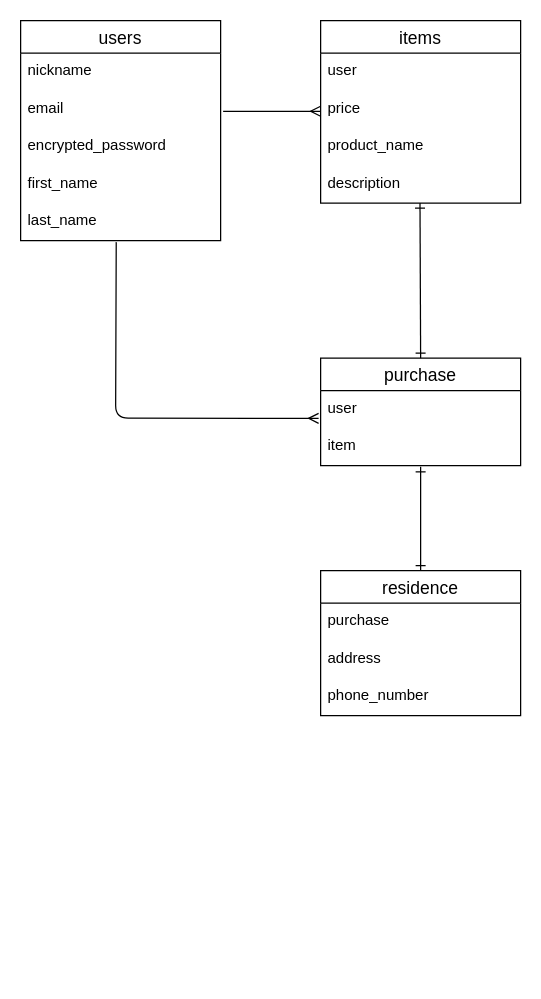
The draw.io diagram test.dio in HAYASHITAKUMI/furima-36110, before the edit. Source tidied: cells renumbered, new cells numbered last; positions are measured from the earlier drawing's top-left corner, leaving out a move shared by most shapes. Both pictures are drawn from the tidied source at 125%, with x=0, y=0 at pixel (20, 20).
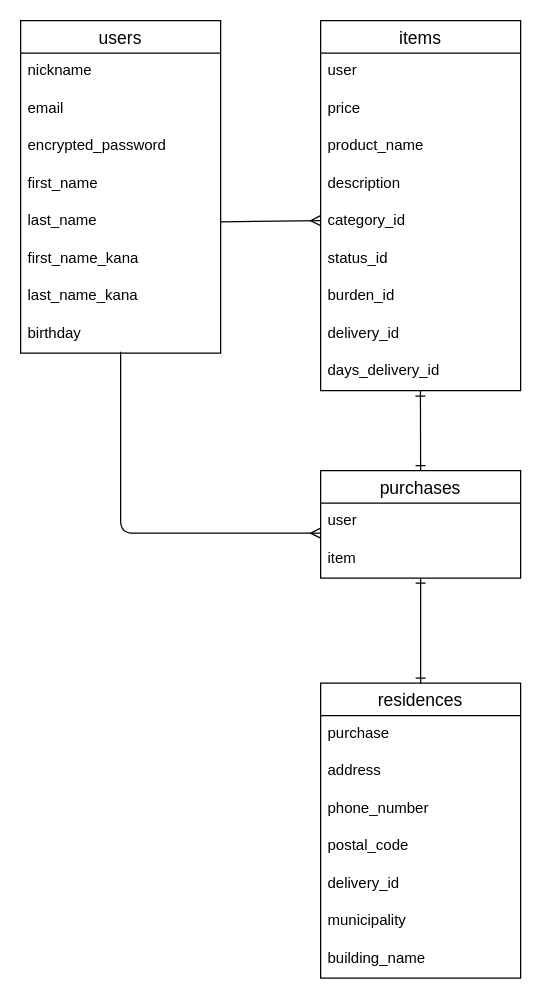
Above is the later version.

The change refers to these unchanged cells:
```xml
<mxCell id="12" value="last_name" style="text;strokeColor=none;fillColor=none;spacingLeft=4;spacingRight=4;overflow=hidden;points=[[0,0.5],[1,0.5]];portConstraint=eastwest;fontSize=12;" parent="7" vertex="1">
  <mxGeometry y="146" width="160" height="30" as="geometry" />
</mxCell>
<mxCell id="14" value="user" style="text;strokeColor=none;fillColor=none;spacingLeft=4;spacingRight=4;overflow=hidden;points=[[0,0.5],[1,0.5]];portConstraint=eastwest;fontSize=12;" parent="13" vertex="1">
  <mxGeometry y="26" width="160" height="30" as="geometry" />
</mxCell>
<mxCell id="15" value="item" style="text;strokeColor=none;fillColor=none;spacingLeft=4;spacingRight=4;overflow=hidden;points=[[0,0.5],[1,0.5]];portConstraint=eastwest;fontSize=12;" parent="13" vertex="1">
  <mxGeometry y="56" width="160" height="30" as="geometry" />
</mxCell>
```

What changed in the source:
```diff
@@
     <mxCell id="2" value="items" style="swimlane;fontStyle=0;horizontal=1;startSize=26;align=center;fontSize=14;" parent="1" vertex="1">
-      <mxGeometry x="240" width="160" height="146" as="geometry" />
+      <mxGeometry x="240" width="160" height="296" as="geometry" />
     </mxCell>
@@
+    <mxCell id="24" value="category_id" style="text;strokeColor=none;fillColor=none;spacingLeft=4;spacingRight=4;overflow=hidden;fontSize=12;" parent="2" vertex="1">
+      <mxGeometry y="146" width="160" height="30" as="geometry" />
+    </mxCell>
+    <mxCell id="25" value="status_id" style="text;strokeColor=none;fillColor=none;spacingLeft=4;spacingRight=4;overflow=hidden;fontSize=12;" parent="2" vertex="1">
+      <mxGeometry y="176" width="160" height="30" as="geometry" />
+    </mxCell>
+    <mxCell id="26" value="burden_id" style="text;strokeColor=none;fillColor=none;spacingLeft=4;spacingRight=4;overflow=hidden;fontSize=12;" parent="2" vertex="1">
+      <mxGeometry y="206" width="160" height="30" as="geometry" />
+    </mxCell>
+    <mxCell id="27" value="delivery_id" style="text;strokeColor=none;fillColor=none;spacingLeft=4;spacingRight=4;overflow=hidden;fontSize=12;" parent="2" vertex="1">
+      <mxGeometry y="236" width="160" height="30" as="geometry" />
+    </mxCell>
+    <mxCell id="28" value="days_delivery_id" style="text;strokeColor=none;fillColor=none;spacingLeft=4;spacingRight=4;overflow=hidden;points=[[0,0.5],[1,0.5]];portConstraint=eastwest;fontSize=12;" parent="2" vertex="1">
+      <mxGeometry y="266" width="160" height="30" as="geometry" />
+    </mxCell>
     <mxCell id="7" value="users" style="swimlane;fontStyle=0;horizontal=1;startSize=26;align=center;fontSize=14;" parent="1" vertex="1">
-      <mxGeometry width="160" height="176" as="geometry" />
+      <mxGeometry width="160" height="266" as="geometry" />
     </mxCell>
@@
+    <mxCell id="29" value="first_name_kana" style="text;strokeColor=none;fillColor=none;spacingLeft=4;spacingRight=4;overflow=hidden;fontSize=12;" parent="7" vertex="1">
+      <mxGeometry y="176" width="160" height="30" as="geometry" />
+    </mxCell>
+    <mxCell id="30" value="last_name_kana" style="text;strokeColor=none;fillColor=none;spacingLeft=4;spacingRight=4;overflow=hidden;fontSize=12;" parent="7" vertex="1">
+      <mxGeometry y="206" width="160" height="30" as="geometry" />
+    </mxCell>
+    <mxCell id="31" value="birthday" style="text;strokeColor=none;fillColor=none;spacingLeft=4;spacingRight=4;overflow=hidden;points=[[0,0.5],[1,0.5]];portConstraint=eastwest;fontSize=12;" parent="7" vertex="1">
+      <mxGeometry y="236" width="160" height="30" as="geometry" />
+    </mxCell>
-    <mxCell id="13" value="purchase" style="swimlane;fontStyle=0;horizontal=1;startSize=26;align=center;fontSize=14;" parent="1" vertex="1">
-      <mxGeometry x="240" y="270" width="160" height="86" as="geometry" />
+    <mxCell id="13" value="purchases" style="swimlane;fontStyle=0;horizontal=1;startSize=26;align=center;fontSize=14;" parent="1" vertex="1">
+      <mxGeometry x="240" y="360" width="160" height="86" as="geometry" />
     </mxCell>
@@
-    <mxCell id="16" value="residence" style="swimlane;fontStyle=0;horizontal=1;startSize=26;align=center;fontSize=14;" parent="1" vertex="1">
-      <mxGeometry x="240" y="440" width="160" height="116" as="geometry" />
+    <mxCell id="16" value="residences" style="swimlane;fontStyle=0;horizontal=1;startSize=26;align=center;fontSize=14;" parent="1" vertex="1">
+      <mxGeometry x="240" y="530" width="160" height="236" as="geometry" />
     </mxCell>
@@
-    <mxCell id="20" style="endArrow=ERmany;startArrow=none;html=1;endFill=0;startFill=0;" parent="1" edge="1">
-      <mxGeometry relative="1" as="geometry">
-        <mxPoint x="162" y="72.5" as="sourcePoint" />
-        <mxPoint x="240" y="72.5" as="targetPoint" />
-      </mxGeometry>
-    </mxCell>
-    <mxCell id="21" style="endArrow=ERmany;html=1;exitX=0.478;exitY=1.04;exitDx=0;exitDy=0;exitPerimeter=0;entryX=-0.01;entryY=0.74;entryDx=0;entryDy=0;entryPerimeter=0;endFill=0;" parent="1" edge="1" source="12" target="14">
-      <mxGeometry relative="1" as="geometry">
-        <Array as="points">
-          <mxPoint x="76" y="318" />
-        </Array>
-      </mxGeometry>
-    </mxCell>
-    <mxCell id="22" style="endArrow=ERone;html=1;exitX=0.5;exitY=1.033;exitDx=0;exitDy=0;exitPerimeter=0;entryX=0.5;entryY=0;entryDx=0;entryDy=0;startArrow=ERone;startFill=0;endFill=0;" parent="1" edge="1" source="15" target="16">
-      <mxGeometry relative="1" as="geometry" />
-    </mxCell>
-    <mxCell id="23" style="endArrow=ERone;html=1;exitX=0.5;exitY=1.033;exitDx=0;exitDy=0;exitPerimeter=0;entryX=0.5;entryY=0;entryDx=0;entryDy=0;startArrow=ERone;startFill=0;endFill=0;" parent="1" edge="1" target="13">
-      <mxGeometry relative="1" as="geometry">
-        <mxPoint x="319.5" y="146" as="sourcePoint" />
-      </mxGeometry>
-    </mxCell>
+    <mxCell id="32" value="postal_code" style="text;strokeColor=none;fillColor=none;spacingLeft=4;spacingRight=4;overflow=hidden;fontSize=12;" parent="16" vertex="1">
+      <mxGeometry y="116" width="160" height="30" as="geometry" />
+    </mxCell>
+    <mxCell id="33" value="delivery_id" style="text;strokeColor=none;fillColor=none;spacingLeft=4;spacingRight=4;overflow=hidden;fontSize=12;" parent="16" vertex="1">
+      <mxGeometry y="146" width="160" height="30" as="geometry" />
+    </mxCell>
+    <mxCell id="34" value="municipality" style="text;strokeColor=none;fillColor=none;spacingLeft=4;spacingRight=4;overflow=hidden;fontSize=12;" parent="16" vertex="1">
+      <mxGeometry y="176" width="160" height="30" as="geometry" />
+    </mxCell>
+    <mxCell id="35" value="building_name" style="text;strokeColor=none;fillColor=none;spacingLeft=4;spacingRight=4;overflow=hidden;fontSize=12;" parent="16" vertex="1">
+      <mxGeometry y="206" width="160" height="30" as="geometry" />
+    </mxCell>
+    <mxCell id="36" style="endArrow=ERmany;startArrow=none;html=1;exitX=1;exitY=0.5;exitDx=0;exitDy=0;startFill=0;endFill=0;" parent="1" edge="1" source="12">
+      <mxGeometry relative="1" as="geometry">
+        <mxPoint x="240" y="160" as="targetPoint" />
+      </mxGeometry>
+    </mxCell>
+    <mxCell id="37" style="endArrow=ERmany;startArrow=none;html=1;exitX=0.5;exitY=0.96;exitDx=0;exitDy=0;exitPerimeter=0;startFill=0;endFill=0;" parent="1" edge="1" source="31">
+      <mxGeometry relative="1" as="geometry">
+        <mxPoint x="240" y="410" as="targetPoint" />
+        <Array as="points">
+          <mxPoint x="80" y="410" />
+        </Array>
+      </mxGeometry>
+    </mxCell>
+    <mxCell id="38" style="endArrow=ERone;startArrow=ERone;html=1;entryX=0.5;entryY=0;entryDx=0;entryDy=0;startFill=0;endFill=0;exitX=0.499;exitY=1.013;exitDx=0;exitDy=0;exitPerimeter=0;" parent="1" edge="1" source="28" target="13">
+      <mxGeometry relative="1" as="geometry" />
+    </mxCell>
+    <mxCell id="39" style="endArrow=ERone;startArrow=ERone;html=1;exitX=0.5;exitY=0;exitDx=0;exitDy=0;startFill=0;endFill=0;" parent="1" edge="1" source="16" target="15">
+      <mxGeometry relative="1" as="geometry" />
+    </mxCell>
```
